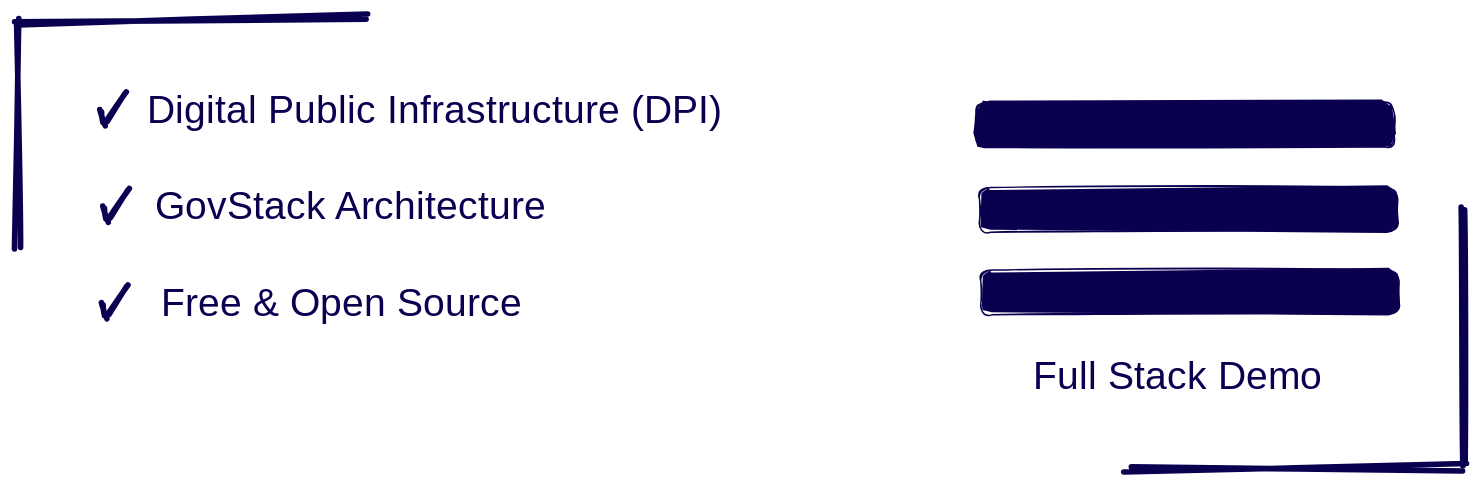
Above: docs/.gitbook/assets/file.excalidraw.svg in GovStackWorkingGroup/sandbox (Excalidraw), before the change. Source tidied: one line per element, renumbered; positions are measured from the earlier drawing's top-left corner, leaving out a move shared by most shapes.
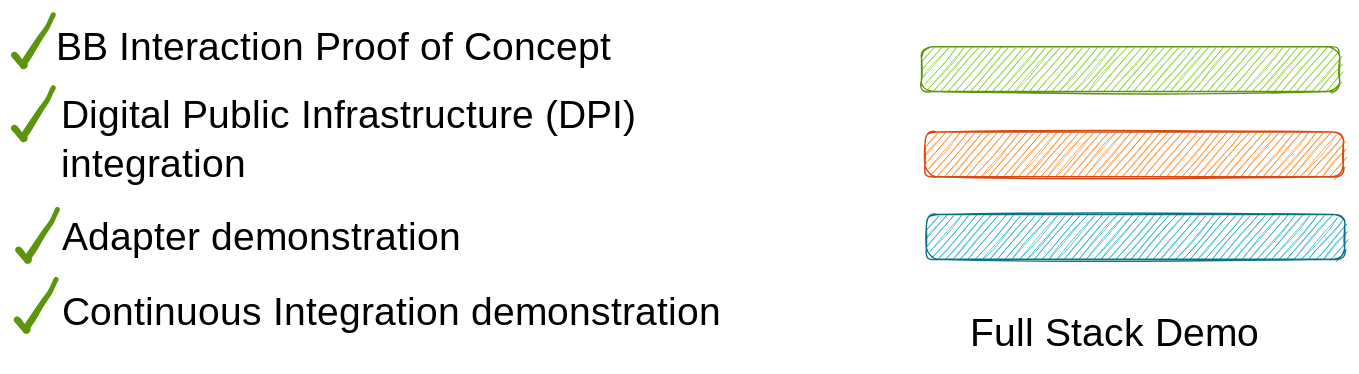
After the commit.

Diff of the diagram source:
```diff
@@ -1,17 +1,12 @@
-{"id": 0, "type": "rectangle", "strokeColor": "#0a0050", "backgroundColor": "#0a0050", "fillStyle": "solid", "strokeWidth": 1, "roughness": 1, "round": true, "x": 686, "y": 59, "width": 299, "height": 32}
+{"id": 0, "type": "rectangle", "strokeColor": "#5c940d", "backgroundColor": "#82c91e", "fillStyle": "hachure", "strokeWidth": 1, "roughness": 1, "round": true, "x": 686, "y": 59, "width": 299, "height": 32}
-{"id": 1, "type": "rectangle", "strokeColor": "#0a0050", "backgroundColor": "#0a0050", "fillStyle": "solid", "strokeWidth": 1, "roughness": 1, "round": true, "x": 688, "y": 120, "width": 299, "height": 32}
+{"id": 1, "type": "rectangle", "strokeColor": "#d9480f", "backgroundColor": "#fd7e14", "fillStyle": "hachure", "strokeWidth": 1, "roughness": 1, "round": true, "x": 688, "y": 120, "width": 299, "height": 32}
-{"id": 2, "type": "rectangle", "strokeColor": "#0a0050", "backgroundColor": "#0a0050", "fillStyle": "solid", "strokeWidth": 1, "roughness": 1, "round": true, "x": 689, "y": 179, "width": 299, "height": 32}
+{"id": 2, "type": "rectangle", "strokeColor": "#0b7285", "backgroundColor": "#15aabf", "fillStyle": "hachure", "strokeWidth": 1, "roughness": 1, "round": true, "x": 689, "y": 179, "width": 299, "height": 32}
-{"id": 3, "type": "text", "text": "Full Stack Demo", "strokeColor": "#0a0050", "backgroundColor": "#15aabf", "fillStyle": "hachure", "strokeWidth": 1, "roughness": 1, "fontSize": 28, "fontFamily": 1, "x": 727, "y": 239, "width": 224, "height": 35}
+{"id": 3, "type": "text", "text": "Full Stack Demo", "strokeColor": "#000000", "backgroundColor": "#15aabf", "fillStyle": "hachure", "strokeWidth": 1, "roughness": 1, "fontSize": 28, "fontFamily": 1, "x": 721, "y": 248, "width": 224, "height": 35}
-{"id": 4, "type": "text", "text": "GovStack Architecture", "strokeColor": "#0a0050", "strokeWidth": 1, "roughness": 1, "fontSize": 28, "fontFamily": 1, "x": 99, "y": 118, "width": 314, "height": 35}
+{"id": 4, "type": "text", "text": "BB Interaction Proof of Concept", "strokeColor": "#000000", "strokeWidth": 1, "roughness": 1, "fontSize": 28, "fontFamily": 1, "x": 67, "y": 44, "width": 461, "height": 35}
+{"id": 17, "type": "freedraw", "strokeColor": "#5c940d", "strokeWidth": 1, "roughness": 1, "x": 37, "y": 56, "width": 28, "height": 37, "points": [[0, 9], [1, 9], [1, 11], [3, 11], [3, 12], [3, 14], [4, 14], [4, 15], [6, 15], [6, 17], [7, 17], [7, 14], [13, 5], [18, -2], [24, -11], [27, -14], [27, -17], [28, -19], [28, -20], [28, -20]]}
-{"id": 5, "type": "text", "text": "Digital Public Infrastructure (DPI)", "strokeColor": "#0a0050", "strokeWidth": 1, "roughness": 1, "fontSize": 28, "fontFamily": 1, "x": 93, "y": 49, "width": 490, "height": 35}
+{"id": 5, "type": "text", "text": "Digital Public Infrastructure (DPI) \nintegration", "strokeColor": "#000000", "strokeWidth": 1, "roughness": 1, "fontSize": 28, "fontFamily": 1, "x": 70, "y": 92, "width": 504, "height": 70}
+{"id": 18, "type": "text", "text": "Adapter demonstration", "strokeColor": "#000000", "strokeWidth": 1, "roughness": 1, "fontSize": 28, "fontFamily": 1, "x": 71, "y": 179, "width": 314, "height": 35}
-{"id": 6, "type": "text", "text": "Free & Open Source", "strokeColor": "#0a0050", "strokeWidth": 1, "roughness": 1, "fontSize": 28, "fontFamily": 1, "x": 103, "y": 187, "width": 273, "height": 35}
+{"id": 6, "type": "text", "text": "Continuous Integration demonstration", "strokeColor": "#000000", "strokeWidth": 1, "roughness": 1, "fontSize": 28, "fontFamily": 1, "x": 71, "y": 233, "width": 517, "height": 35}
-{"id": 7, "type": "line", "strokeColor": "#0a0050", "backgroundColor": "#fff", "fillStyle": "solid", "strokeWidth": 4, "roughness": 1, "round": true, "x": 64, "y": 74, "width": 15, "height": 22, "points": [[0, 0], [15, -22]]}
-{"id": 8, "type": "line", "strokeColor": "#0a0050", "backgroundColor": "#fff", "fillStyle": "solid", "strokeWidth": 4, "roughness": 1, "round": true, "x": 63, "y": 74, "width": 1, "height": 9, "points": [[0, 0], [-1, -9]]}
-{"id": 9, "type": "line", "strokeColor": "#0a0050", "strokeWidth": 4, "roughness": 2, "round": true, "x": 1033, "y": 135, "width": 1, "height": 183, "points": [[0, 0], [1, 183]]}
-{"id": 10, "type": "line", "strokeColor": "#0a0050", "strokeWidth": 4, "roughness": 2, "round": true, "x": 1035, "y": 319, "width": 242, "height": 2, "points": [[0, 0], [-242, 2]]}
-{"id": 11, "type": "line", "strokeColor": "#0a0050", "angle": 3.14, "strokeWidth": 4, "roughness": 2, "round": true, "x": 1, "y": 3, "width": 0, "height": 162, "points": [[0, 0], [0, 162]]}
-{"id": 12, "type": "line", "strokeColor": "#0a0050", "angle": 3.14, "strokeWidth": 4, "roughness": 2, "round": true, "x": 252, "y": 0, "width": 252, "height": 2, "points": [[0, 0], [-252, 2]]}
-{"id": 13, "type": "line", "strokeColor": "#0a0050", "backgroundColor": "#fff", "fillStyle": "solid", "strokeWidth": 4, "roughness": 1, "round": true, "x": 66, "y": 143, "width": 15, "height": 22, "points": [[0, 0], [15, -22]]}
-{"id": 14, "type": "line", "strokeColor": "#0a0050", "backgroundColor": "#fff", "fillStyle": "solid", "strokeWidth": 4, "roughness": 1, "round": true, "x": 65, "y": 143, "width": 1, "height": 9, "points": [[0, 0], [-1, -9]]}
-{"id": 15, "type": "line", "strokeColor": "#0a0050", "backgroundColor": "#fff", "fillStyle": "solid", "strokeWidth": 4, "roughness": 1, "round": true, "x": 65, "y": 212, "width": 15, "height": 22, "points": [[0, 0], [15, -22]]}
-{"id": 16, "type": "line", "strokeColor": "#0a0050", "backgroundColor": "#fff", "fillStyle": "solid", "strokeWidth": 4, "roughness": 1, "round": true, "x": 64, "y": 212, "width": 1, "height": 9, "points": [[0, 0], [-1, -9]]}
+{"id": 19, "type": "freedraw", "strokeColor": "#5c940d", "strokeWidth": 1, "roughness": 1, "x": 37, "y": 108, "width": 28, "height": 37, "points": [[0, 9], [1, 9], [1, 11], [3, 11], [3, 12], [3, 14], [4, 14], [4, 15], [6, 15], [6, 17], [7, 17], [7, 14], [13, 5], [18, -2], [24, -11], [27, -14], [27, -17], [28, -19], [28, -20], [28, -20]]}
+{"id": 20, "type": "freedraw", "strokeColor": "#5c940d", "strokeWidth": 1, "roughness": 1, "x": 40, "y": 195, "width": 28, "height": 37, "points": [[0, 9], [1, 9], [1, 11], [3, 11], [3, 12], [3, 14], [4, 14], [4, 15], [6, 15], [6, 17], [7, 17], [7, 14], [13, 5], [18, -2], [24, -11], [27, -14], [27, -17], [28, -19], [28, -20], [28, -20]]}
+{"id": 21, "type": "freedraw", "strokeColor": "#5c940d", "strokeWidth": 1, "roughness": 1, "x": 39, "y": 245, "width": 28, "height": 37, "points": [[0, 9], [1, 9], [1, 11], [3, 11], [3, 12], [3, 14], [4, 14], [4, 15], [6, 15], [6, 17], [7, 17], [7, 14], [13, 5], [18, -2], [24, -11], [27, -14], [27, -17], [28, -19], [28, -20], [28, -20]]}
```
